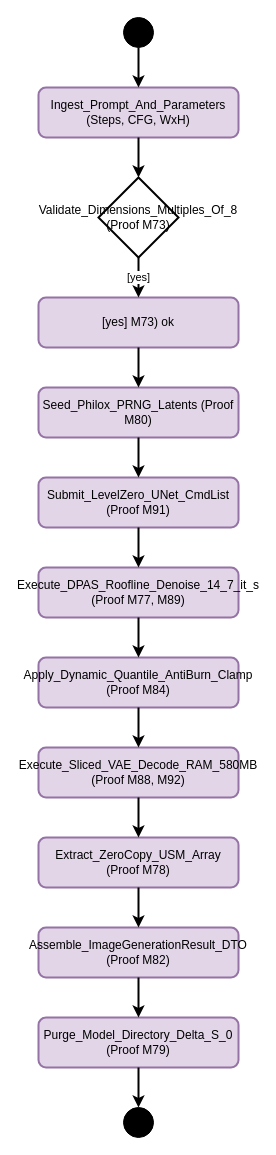
Before: drawio/activity_diagram.drawio in techdeveloper-org/intel-arc-models-runner, a draw.io diagram. Source tidied: cells renumbered, new cells numbered last; positions are measured from the earlier drawing's top-left corner, leaving out a move shared by most shapes. Both pictures are drawn from the tidied source at 100%, with x=0, y=0 at pixel (38, 17).
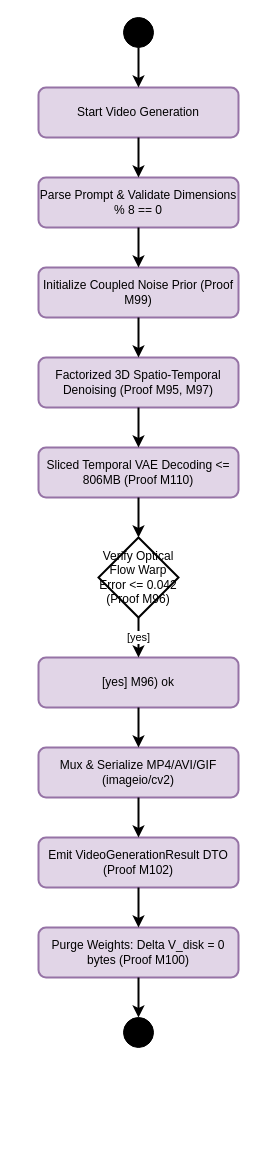
The same diagram, later.

Change to the diagram source:
```diff
@@
-    <mxCell id="3" value="Ingest_Prompt_And_Parameters (Steps, CFG, WxH)" style="rounded=1;whiteSpace=wrap;html=1;fillColor=#E1D5E7;strokeColor=#9673A6;strokeWidth=2;" parent="1" vertex="1">
+    <mxCell id="3" value="Start Video Generation" style="rounded=1;whiteSpace=wrap;html=1;fillColor=#E1D5E7;strokeColor=#9673A6;strokeWidth=2;" parent="1" vertex="1">
       <mxGeometry y="70" width="200" height="50" as="geometry" />
     </mxCell>
@@
-    <mxCell id="5" value="Validate_Dimensions_Multiples_Of_8 (Proof M73)" style="rhombus;html=1;strokeColor=#000000;strokeWidth=2;fillColor=#FFFFFF;perimeter=rhombusPerimeter;whiteSpace=wrap;" parent="1" vertex="1">
-      <mxGeometry x="60" y="160" width="80" height="80" as="geometry" />
+    <mxCell id="5" value="Parse Prompt &amp; Validate Dimensions % 8 == 0" style="rounded=1;whiteSpace=wrap;html=1;fillColor=#E1D5E7;strokeColor=#9673A6;strokeWidth=2;" parent="1" vertex="1">
+      <mxGeometry y="160" width="200" height="50" as="geometry" />
     </mxCell>
@@
-    <mxCell id="7" value="[yes] M73) ok" style="rounded=1;whiteSpace=wrap;html=1;fillColor=#E1D5E7;strokeColor=#9673A6;strokeWidth=2;" parent="1" vertex="1">
-      <mxGeometry y="280" width="200" height="50" as="geometry" />
+    <mxCell id="7" value="Initialize Coupled Noise Prior (Proof M99)" style="rounded=1;whiteSpace=wrap;html=1;fillColor=#E1D5E7;strokeColor=#9673A6;strokeWidth=2;" parent="1" vertex="1">
+      <mxGeometry y="250" width="200" height="50" as="geometry" />
     </mxCell>
-    <mxCell id="8" value="[yes]" style="endArrow=classic;html=1;strokeColor=#000000;strokeWidth=2;edgeStyle=orthogonalEdgeStyle;" parent="1" edge="1" source="5" target="7">
+    <mxCell id="8" style="endArrow=classic;html=1;strokeColor=#000000;strokeWidth=2;edgeStyle=orthogonalEdgeStyle;" parent="1" edge="1" source="5" target="7">
       <mxGeometry relative="1" as="geometry" />
     </mxCell>
-    <mxCell id="9" value="Seed_Philox_PRNG_Latents (Proof M80)" style="rounded=1;whiteSpace=wrap;html=1;fillColor=#E1D5E7;strokeColor=#9673A6;strokeWidth=2;" parent="1" vertex="1">
-      <mxGeometry y="370" width="200" height="50" as="geometry" />
+    <mxCell id="9" value="Factorized 3D Spatio-Temporal Denoising (Proof M95, M97)" style="rounded=1;whiteSpace=wrap;html=1;fillColor=#E1D5E7;strokeColor=#9673A6;strokeWidth=2;" parent="1" vertex="1">
+      <mxGeometry y="340" width="200" height="50" as="geometry" />
     </mxCell>
@@
-    <mxCell id="11" value="Submit_LevelZero_UNet_CmdList (Proof M91)" style="rounded=1;whiteSpace=wrap;html=1;fillColor=#E1D5E7;strokeColor=#9673A6;strokeWidth=2;" parent="1" vertex="1">
-      <mxGeometry y="460" width="200" height="50" as="geometry" />
+    <mxCell id="11" value="Sliced Temporal VAE Decoding &lt;= 806MB (Proof M110)" style="rounded=1;whiteSpace=wrap;html=1;fillColor=#E1D5E7;strokeColor=#9673A6;strokeWidth=2;" parent="1" vertex="1">
+      <mxGeometry y="430" width="200" height="50" as="geometry" />
     </mxCell>
@@
-    <mxCell id="13" value="Execute_DPAS_Roofline_Denoise_14_7_it_s (Proof M77, M89)" style="rounded=1;whiteSpace=wrap;html=1;fillColor=#E1D5E7;strokeColor=#9673A6;strokeWidth=2;" parent="1" vertex="1">
-      <mxGeometry y="550" width="200" height="50" as="geometry" />
+    <mxCell id="13" value="Verify Optical Flow Warp Error &lt;= 0.042 (Proof M96)" style="rhombus;html=1;strokeColor=#000000;strokeWidth=2;fillColor=#FFFFFF;perimeter=rhombusPerimeter;whiteSpace=wrap;" parent="1" vertex="1">
+      <mxGeometry x="60" y="520" width="80" height="80" as="geometry" />
     </mxCell>
@@
-    <mxCell id="15" value="Apply_Dynamic_Quantile_AntiBurn_Clamp (Proof M84)" style="rounded=1;whiteSpace=wrap;html=1;fillColor=#E1D5E7;strokeColor=#9673A6;strokeWidth=2;" parent="1" vertex="1">
+    <mxCell id="15" value="[yes] M96) ok" style="rounded=1;whiteSpace=wrap;html=1;fillColor=#E1D5E7;strokeColor=#9673A6;strokeWidth=2;" parent="1" vertex="1">
       <mxGeometry y="640" width="200" height="50" as="geometry" />
     </mxCell>
-    <mxCell id="16" style="endArrow=classic;html=1;strokeColor=#000000;strokeWidth=2;edgeStyle=orthogonalEdgeStyle;" parent="1" edge="1" source="13" target="15">
+    <mxCell id="16" value="[yes]" style="endArrow=classic;html=1;strokeColor=#000000;strokeWidth=2;edgeStyle=orthogonalEdgeStyle;" parent="1" edge="1" source="13" target="15">
       <mxGeometry relative="1" as="geometry" />
     </mxCell>
-    <mxCell id="17" value="Execute_Sliced_VAE_Decode_RAM_580MB (Proof M88, M92)" style="rounded=1;whiteSpace=wrap;html=1;fillColor=#E1D5E7;strokeColor=#9673A6;strokeWidth=2;" parent="1" vertex="1">
+    <mxCell id="17" value="Mux &amp; Serialize MP4/AVI/GIF (imageio/cv2)" style="rounded=1;whiteSpace=wrap;html=1;fillColor=#E1D5E7;strokeColor=#9673A6;strokeWidth=2;" parent="1" vertex="1">
       <mxGeometry y="730" width="200" height="50" as="geometry" />
     </mxCell>
@@
-    <mxCell id="19" value="Extract_ZeroCopy_USM_Array (Proof M78)" style="rounded=1;whiteSpace=wrap;html=1;fillColor=#E1D5E7;strokeColor=#9673A6;strokeWidth=2;" parent="1" vertex="1">
+    <mxCell id="19" value="Emit VideoGenerationResult DTO (Proof M102)" style="rounded=1;whiteSpace=wrap;html=1;fillColor=#E1D5E7;strokeColor=#9673A6;strokeWidth=2;" parent="1" vertex="1">
       <mxGeometry y="820" width="200" height="50" as="geometry" />
     </mxCell>
@@
-    <mxCell id="21" value="Assemble_ImageGenerationResult_DTO (Proof M82)" style="rounded=1;whiteSpace=wrap;html=1;fillColor=#E1D5E7;strokeColor=#9673A6;strokeWidth=2;" parent="1" vertex="1">
+    <mxCell id="21" value="Purge Weights: Delta V_disk = 0 bytes (Proof M100)" style="rounded=1;whiteSpace=wrap;html=1;fillColor=#E1D5E7;strokeColor=#9673A6;strokeWidth=2;" parent="1" vertex="1">
       <mxGeometry y="910" width="200" height="50" as="geometry" />
     </mxCell>
@@
-    <mxCell id="23" value="Purge_Model_Directory_Delta_S_0 (Proof M79)" style="rounded=1;whiteSpace=wrap;html=1;fillColor=#E1D5E7;strokeColor=#9673A6;strokeWidth=2;" parent="1" vertex="1">
-      <mxGeometry y="1000" width="200" height="50" as="geometry" />
+    <mxCell id="23" style="shape=doubleEllipse;html=1;strokeColor=#000000;fillColor=#000000;" parent="1" vertex="1">
+      <mxGeometry x="85" y="1000" width="30" height="30" as="geometry" />
     </mxCell>
@@
-    <mxCell id="25" style="shape=doubleEllipse;html=1;strokeColor=#000000;fillColor=#000000;" parent="1" vertex="1">
-      <mxGeometry x="85" y="1090" width="30" height="30" as="geometry" />
-    </mxCell>
-    <mxCell id="26" style="endArrow=classic;html=1;strokeColor=#000000;strokeWidth=2;edgeStyle=orthogonalEdgeStyle;" parent="1" edge="1" source="23" target="25">
-      <mxGeometry relative="1" as="geometry" />
-    </mxCell>
```
